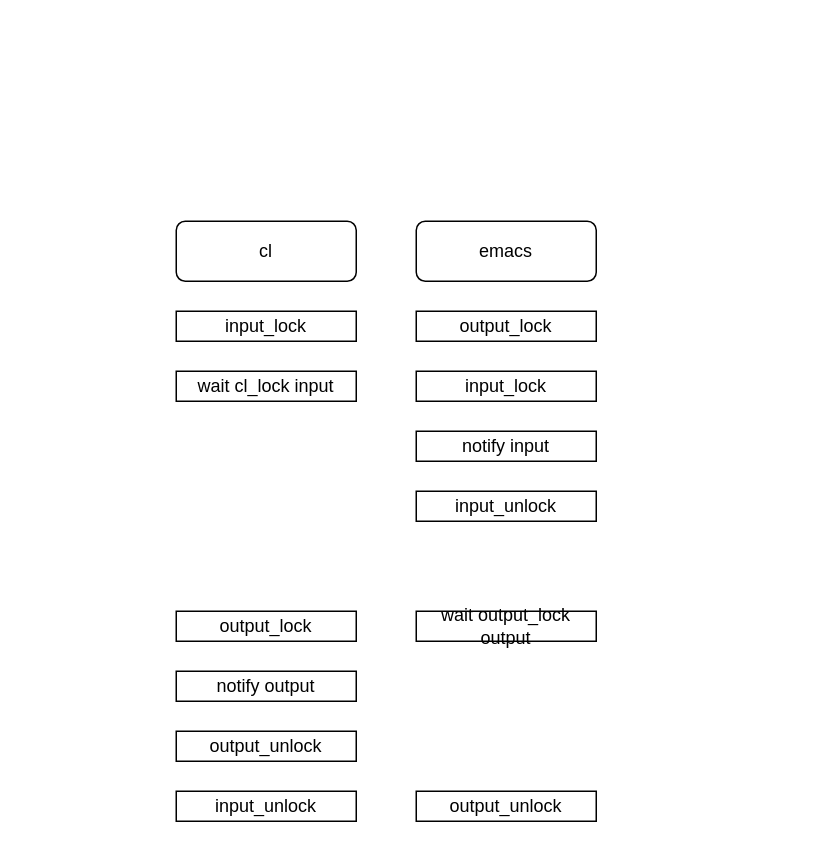
Before: doc/dia.drawio in mr-reg/cl-emacs, a draw.io diagram. Source tidied: cells renumbered, new cells numbered last; positions are measured from the earlier drawing's top-left corner, leaving out a move shared by most shapes. Both pictures are drawn from the tidied source at 150%, with x=0, y=0 at pixel (176, 220).
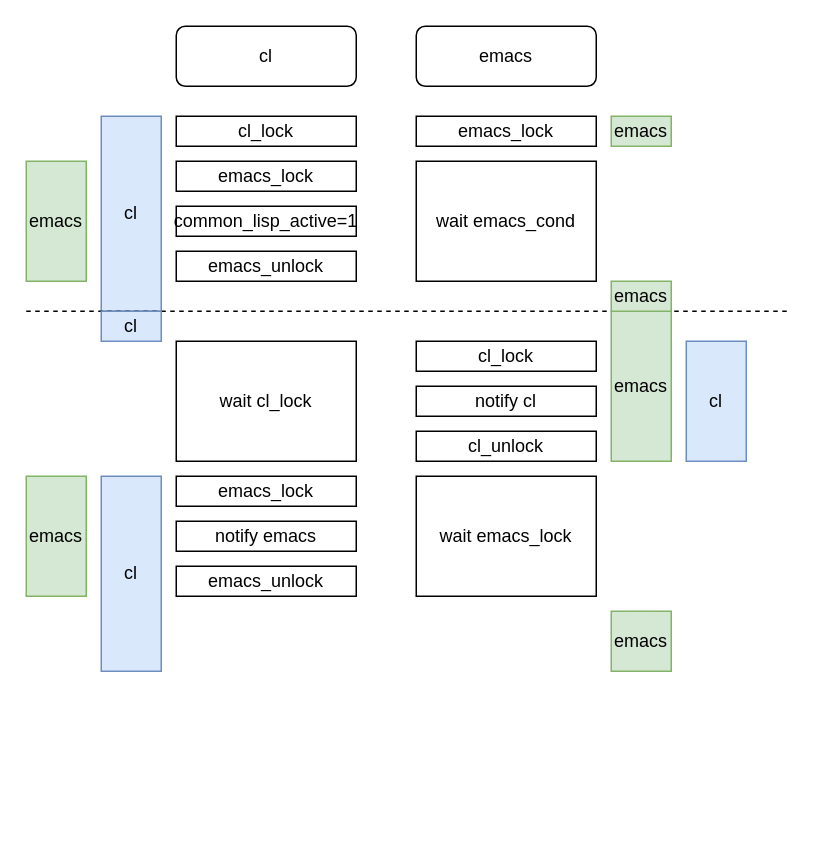
Above is the later version.

Commit message (it also covers changes not shown here):
intercomm in progress

Diff of the diagram source:
```diff
@@
+    <mxCell id="16" value="wait emacs_cond" style="rounded=0;whiteSpace=wrap;html=1;" parent="1" vertex="1">
+      <mxGeometry x="160" y="-40" width="120" height="80" as="geometry" />
+    </mxCell>
     <mxCell id="2" value="emacs" style="rounded=1;whiteSpace=wrap;html=1;" parent="1" vertex="1">
-      <mxGeometry x="160" width="120" height="40" as="geometry" />
+      <mxGeometry x="160" y="-130" width="120" height="40" as="geometry" />
     </mxCell>
     <mxCell id="3" value="cl" style="rounded=1;whiteSpace=wrap;html=1;" parent="1" vertex="1">
-      <mxGeometry width="120" height="40" as="geometry" />
+      <mxGeometry y="-130" width="120" height="40" as="geometry" />
     </mxCell>
-    <mxCell id="4" value="input_lock" style="rounded=0;whiteSpace=wrap;html=1;" parent="1" vertex="1">
-      <mxGeometry x="160" y="100" width="120" height="20" as="geometry" />
-    </mxCell>
-    <mxCell id="5" value="notify input" style="rounded=0;whiteSpace=wrap;html=1;" parent="1" vertex="1">
-      <mxGeometry x="160" y="140" width="120" height="20" as="geometry" />
+    <mxCell id="5" value="notify cl" style="rounded=0;whiteSpace=wrap;html=1;" parent="1" vertex="1">
+      <mxGeometry x="160" y="110" width="120" height="20" as="geometry" />
     </mxCell>
-    <mxCell id="6" value="input_lock" style="rounded=0;whiteSpace=wrap;html=1;" parent="1" vertex="1">
-      <mxGeometry y="60" width="120" height="20" as="geometry" />
+    <mxCell id="6" value="cl_lock" style="rounded=0;whiteSpace=wrap;html=1;" parent="1" vertex="1">
+      <mxGeometry y="-70" width="120" height="20" as="geometry" />
     </mxCell>
-    <mxCell id="7" value="wait cl_lock input" style="rounded=0;whiteSpace=wrap;html=1;" parent="1" vertex="1">
-      <mxGeometry y="100" width="120" height="20" as="geometry" />
+    <mxCell id="7" value="wait cl_lock" style="rounded=0;whiteSpace=wrap;html=1;" parent="1" vertex="1">
+      <mxGeometry y="80" width="120" height="80" as="geometry" />
     </mxCell>
-    <mxCell id="8" value="input_unlock" style="rounded=0;whiteSpace=wrap;html=1;" parent="1" vertex="1">
-      <mxGeometry x="160" y="180" width="120" height="20" as="geometry" />
+    <mxCell id="8" value="cl_unlock" style="rounded=0;whiteSpace=wrap;html=1;" parent="1" vertex="1">
+      <mxGeometry x="160" y="140" width="120" height="20" as="geometry" />
     </mxCell>
-    <mxCell id="9" value="output_lock" style="rounded=0;whiteSpace=wrap;html=1;" parent="1" vertex="1">
-      <mxGeometry x="160" y="60" width="120" height="20" as="geometry" />
+    <mxCell id="9" value="emacs_lock" style="rounded=0;whiteSpace=wrap;html=1;" parent="1" vertex="1">
+      <mxGeometry y="170" width="120" height="20" as="geometry" />
     </mxCell>
-    <mxCell id="10" value="wait output_lock output" style="rounded=0;whiteSpace=wrap;html=1;" parent="1" vertex="1">
-      <mxGeometry x="160" y="260" width="120" height="20" as="geometry" />
+    <mxCell id="10" value="wait emacs_lock" style="rounded=0;whiteSpace=wrap;html=1;" parent="1" vertex="1">
+      <mxGeometry x="160" y="170" width="120" height="80" as="geometry" />
     </mxCell>
-    <mxCell id="11" value="output_lock" style="rounded=0;whiteSpace=wrap;html=1;" parent="1" vertex="1">
-      <mxGeometry y="260" width="120" height="20" as="geometry" />
-    </mxCell>
-    <mxCell id="12" value="notify output" style="rounded=0;whiteSpace=wrap;html=1;" parent="1" vertex="1">
-      <mxGeometry y="300" width="120" height="20" as="geometry" />
+    <mxCell id="12" value="notify emacs" style="rounded=0;whiteSpace=wrap;html=1;" parent="1" vertex="1">
+      <mxGeometry y="200" width="120" height="20" as="geometry" />
     </mxCell>
-    <mxCell id="13" value="output_unlock" style="rounded=0;whiteSpace=wrap;html=1;" parent="1" vertex="1">
-      <mxGeometry x="160" y="380" width="120" height="20" as="geometry" />
+    <mxCell id="13" value="emacs_unlock" style="rounded=0;whiteSpace=wrap;html=1;" parent="1" vertex="1">
+      <mxGeometry y="230" width="120" height="20" as="geometry" />
     </mxCell>
-    <mxCell id="14" value="output_unlock" style="rounded=0;whiteSpace=wrap;html=1;" parent="1" vertex="1">
-      <mxGeometry y="340" width="120" height="20" as="geometry" />
-    </mxCell>
-    <mxCell id="15" value="input_unlock" style="rounded=0;whiteSpace=wrap;html=1;" parent="1" vertex="1">
-      <mxGeometry y="380" width="120" height="20" as="geometry" />
-    </mxCell>
+    <mxCell id="17" value="cl" style="rounded=0;whiteSpace=wrap;html=1;fillColor=#dae8fc;strokeColor=#6c8ebf;" parent="1" vertex="1">
+      <mxGeometry x="-50" y="170" width="40" height="130" as="geometry" />
+    </mxCell>
+    <mxCell id="18" value="common_lisp_active=1" style="rounded=0;whiteSpace=wrap;html=1;" parent="1" vertex="1">
+      <mxGeometry y="-10" width="120" height="20" as="geometry" />
+    </mxCell>
+    <mxCell id="19" value="cl" style="rounded=0;whiteSpace=wrap;html=1;fillColor=#dae8fc;strokeColor=#6c8ebf;" parent="1" vertex="1">
+      <mxGeometry x="-50" y="-70" width="40" height="130" as="geometry" />
+    </mxCell>
+    <mxCell id="20" value="cl" style="rounded=0;whiteSpace=wrap;html=1;fillColor=#dae8fc;strokeColor=#6c8ebf;" parent="1" vertex="1">
+      <mxGeometry x="340" y="80" width="40" height="80" as="geometry" />
+    </mxCell>
+    <mxCell id="21" value="emacs_lock" style="rounded=0;whiteSpace=wrap;html=1;" parent="1" vertex="1">
+      <mxGeometry x="160" y="-70" width="120" height="20" as="geometry" />
+    </mxCell>
+    <mxCell id="22" value="emacs" style="rounded=0;whiteSpace=wrap;html=1;fillColor=#d5e8d4;strokeColor=#82b366;" parent="1" vertex="1">
+      <mxGeometry x="290" y="60" width="40" height="100" as="geometry" />
+    </mxCell>
+    <mxCell id="23" value="emacs" style="rounded=0;whiteSpace=wrap;html=1;fillColor=#d5e8d4;strokeColor=#82b366;" parent="1" vertex="1">
+      <mxGeometry x="-100" y="170" width="40" height="80" as="geometry" />
+    </mxCell>
+    <mxCell id="24" value="emacs" style="rounded=0;whiteSpace=wrap;html=1;fillColor=#d5e8d4;strokeColor=#82b366;" parent="1" vertex="1">
+      <mxGeometry x="290" y="260" width="40" height="40" as="geometry" />
+    </mxCell>
+    <mxCell id="25" value="emacs" style="rounded=0;whiteSpace=wrap;html=1;fillColor=#d5e8d4;strokeColor=#82b366;" parent="1" vertex="1">
+      <mxGeometry x="290" y="-70" width="40" height="20" as="geometry" />
+    </mxCell>
+    <mxCell id="26" value="emacs_lock" style="rounded=0;whiteSpace=wrap;html=1;" parent="1" vertex="1">
+      <mxGeometry y="-40" width="120" height="20" as="geometry" />
+    </mxCell>
+    <mxCell id="27" value="emacs_unlock" style="rounded=0;whiteSpace=wrap;html=1;" parent="1" vertex="1">
+      <mxGeometry y="20" width="120" height="20" as="geometry" />
+    </mxCell>
+    <mxCell id="28" value="emacs" style="rounded=0;whiteSpace=wrap;html=1;fillColor=#d5e8d4;strokeColor=#82b366;" parent="1" vertex="1">
+      <mxGeometry x="-100" y="-40" width="40" height="80" as="geometry" />
+    </mxCell>
+    <mxCell id="29" style="endArrow=none;dashed=1;html=1;" parent="1" edge="1">
+      <mxGeometry relative="1" as="geometry">
+        <mxPoint x="-100" y="60" as="sourcePoint" />
+        <mxPoint x="410" y="60" as="targetPoint" />
+      </mxGeometry>
+    </mxCell>
+    <mxCell id="30" value="emacs" style="rounded=0;whiteSpace=wrap;html=1;fillColor=#d5e8d4;strokeColor=#82b366;" parent="1" vertex="1">
+      <mxGeometry x="290" y="40" width="40" height="20" as="geometry" />
+    </mxCell>
+    <mxCell id="31" value="cl" style="rounded=0;whiteSpace=wrap;html=1;fillColor=#dae8fc;strokeColor=#6c8ebf;" parent="1" vertex="1">
+      <mxGeometry x="-50" y="60" width="40" height="20" as="geometry" />
+    </mxCell>
+    <mxCell id="32" value="cl_lock" style="rounded=0;whiteSpace=wrap;html=1;" parent="1" vertex="1">
+      <mxGeometry x="160" y="80" width="120" height="20" as="geometry" />
+    </mxCell>
```
